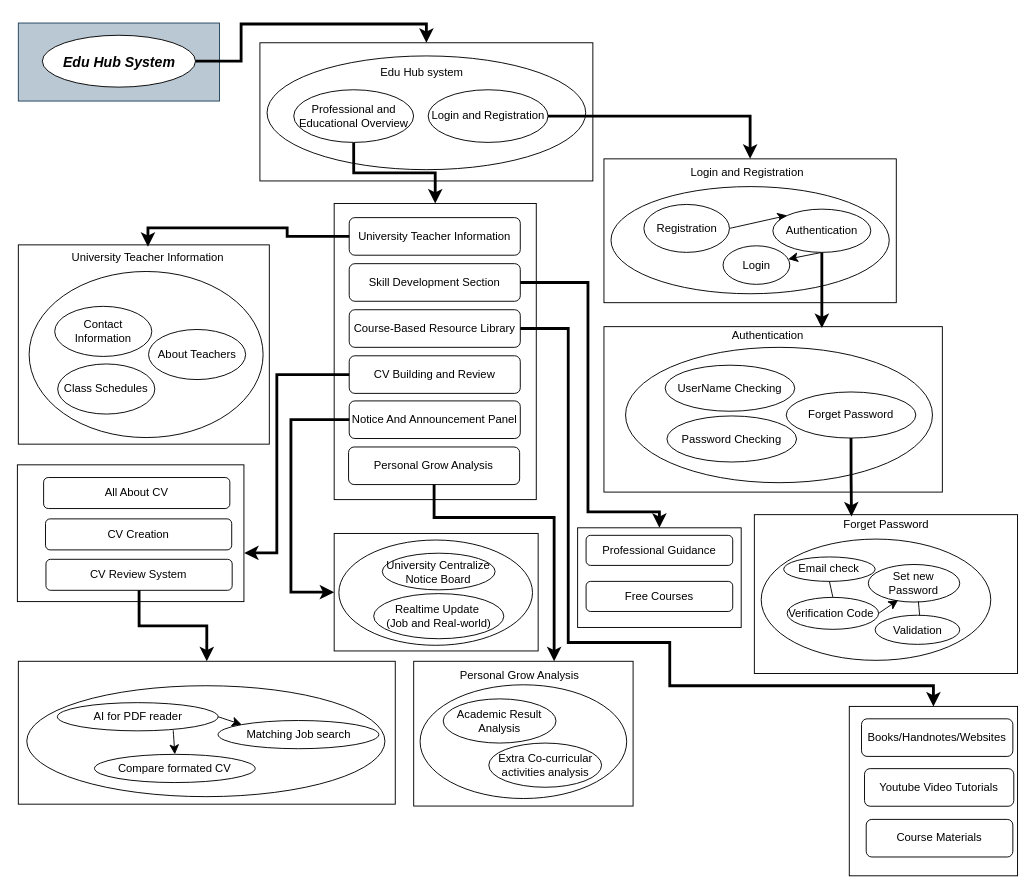
Before: Untitled Diagram.drawio in msahid-cse/Low-level-design, a draw.io diagram. Source tidied: cells renumbered, new cells numbered last; positions are measured from the earlier drawing's top-left corner, leaving out a move shared by most shapes. Both pictures are drawn from the tidied source at 94%, with x=0, y=0 at pixel (17, 23).
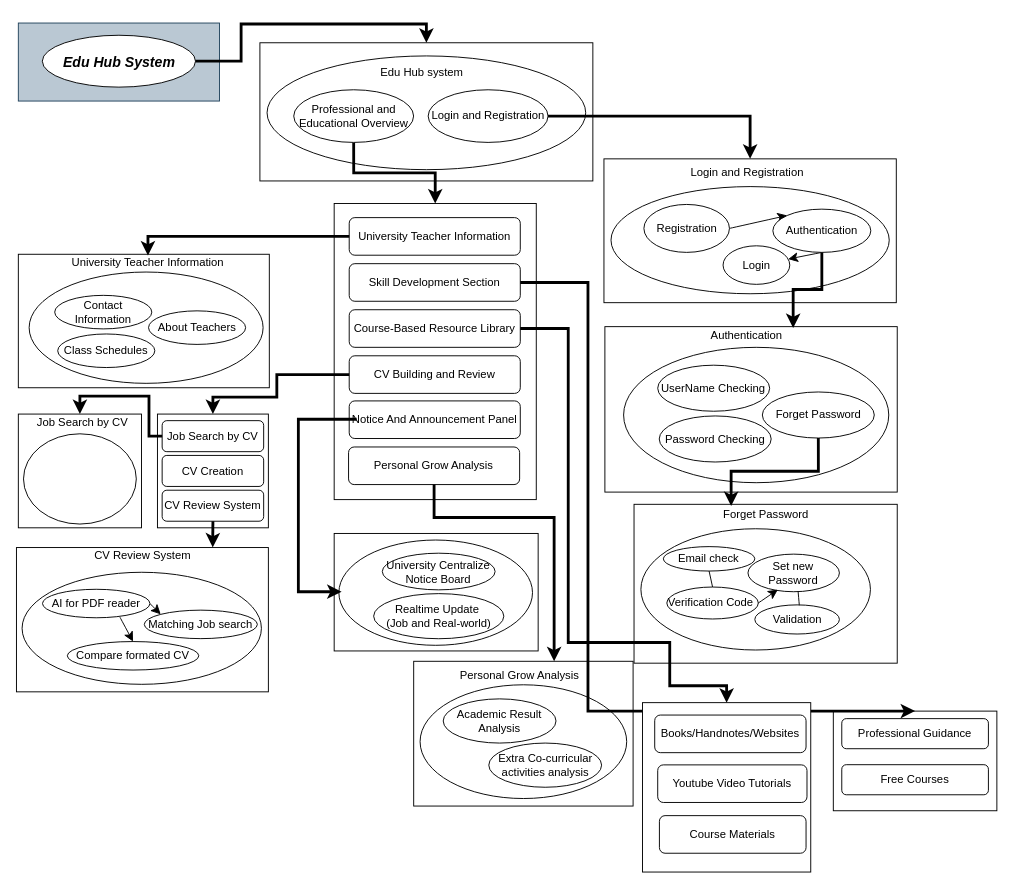
The same page after the edit.

The change refers to these unchanged cells:
```xml
<mxCell id="2" style="rounded=0;whiteSpace=wrap;html=1;" parent="1" vertex="1">
  <mxGeometry x="337" y="543" width="217" height="125" as="geometry" />
</mxCell>
<mxCell id="40" value="University Teacher Information" style="rounded=1;whiteSpace=wrap;html=1;" parent="38" vertex="1">
  <mxGeometry x="16" y="15" width="182" height="40" as="geometry" />
</mxCell>
<mxCell id="41" value="Skill Development Section" style="rounded=1;whiteSpace=wrap;html=1;" parent="38" vertex="1">
  <mxGeometry x="16" y="64" width="182" height="40" as="geometry" />
</mxCell>
<mxCell id="43" value="CV Building and Review" style="rounded=1;whiteSpace=wrap;html=1;" parent="38" vertex="1">
  <mxGeometry x="16" y="162" width="182" height="40" as="geometry" />
</mxCell>
<mxCell id="44" value="Notice And Announcement Panel" style="rounded=1;whiteSpace=wrap;html=1;" parent="38" vertex="1">
  <mxGeometry x="16" y="210" width="182" height="40" as="geometry" />
</mxCell>
<mxCell id="56" style="rounded=0;whiteSpace=wrap;html=1;" parent="55" vertex="1">
  <mxGeometry width="174" height="106" as="geometry" />
</mxCell>
```

The edit, as a diff of the source:
```diff
@@
     <mxCell id="4" style="group;" parent="1" vertex="1">
-      <mxGeometry x="1" y="236" width="267" height="212" as="geometry" />
+      <mxGeometry x="1" y="246" width="267" height="142" as="geometry" />
     </mxCell>
     <mxCell id="5" style="rounded=0;whiteSpace=wrap;html=1;" parent="4" vertex="1">
-      <mxGeometry width="267" height="212" as="geometry" />
+      <mxGeometry width="267" height="142" as="geometry" />
     </mxCell>
     <mxCell id="6" style="group;" parent="4" vertex="1">
-      <mxGeometry x="11.5" y="2" width="248.9" height="203" as="geometry" />
+      <mxGeometry x="11.5" y="1.3" width="248.9" height="135.9" as="geometry" />
     </mxCell>
     <mxCell id="7" style="ellipse;whiteSpace=wrap;html=1;" parent="6" vertex="1">
-      <mxGeometry y="26.3" width="248.9" height="176.7" as="geometry" />
+      <mxGeometry y="17.6" width="248.9" height="118.4" as="geometry" />
     </mxCell>
     <mxCell id="8" value="University Teacher Information" style="text;html=1;align=center;verticalAlign=middle;whiteSpace=wrap;rounded=0;" parent="6" vertex="1">
-      <mxGeometry x="38.2" width="176.4" height="24.2" as="geometry" />
+      <mxGeometry x="38.2" width="176.4" height="16.2" as="geometry" />
     </mxCell>
     <mxCell id="9" value="Contact Information" style="ellipse;whiteSpace=wrap;html=1;" parent="6" vertex="1">
-      <mxGeometry x="27.2" y="63.4" width="103.3" height="53.3" as="geometry" />
+      <mxGeometry x="27.2" y="42.4" width="103.3" height="35.7" as="geometry" />
     </mxCell>
     <mxCell id="10" value="About Teachers" style="ellipse;whiteSpace=wrap;html=1;" parent="6" vertex="1">
-      <mxGeometry x="127" y="88" width="103.3" height="53.3" as="geometry" />
+      <mxGeometry x="127" y="58.9" width="103.3" height="35.7" as="geometry" />
     </mxCell>
     <mxCell id="11" value="Class Schedules" style="ellipse;whiteSpace=wrap;html=1;" parent="6" vertex="1">
-      <mxGeometry x="30.4" y="124.7" width="103.3" height="53.3" as="geometry" />
+      <mxGeometry x="30.4" y="83.5" width="103.3" height="35.7" as="geometry" />
     </mxCell>
     <mxCell id="12" style="group;" parent="1" vertex="1">
-      <mxGeometry x="624" y="318" width="360" height="181" as="geometry" />
+      <mxGeometry x="625" y="318" width="311" height="181" as="geometry" />
     </mxCell>
     <mxCell id="13" style="whiteSpace=wrap;html=1;" parent="12" vertex="1">
-      <mxGeometry y="5" width="360" height="176" as="geometry" />
+      <mxGeometry y="5" width="311" height="176" as="geometry" />
     </mxCell>
     <mxCell id="14" style="ellipse;whiteSpace=wrap;html=1;" parent="12" vertex="1">
-      <mxGeometry x="23" y="27" width="326.5" height="144" as="geometry" />
+      <mxGeometry x="19.9" y="27" width="282.1" height="144" as="geometry" />
     </mxCell>
     <mxCell id="15" value="UserName Checking" style="ellipse;whiteSpace=wrap;html=1;" parent="12" vertex="1">
-      <mxGeometry x="65.1" y="46" width="137.9" height="49" as="geometry" />
+      <mxGeometry x="56.2" y="46" width="119.1" height="49" as="geometry" />
     </mxCell>
     <mxCell id="16" value="Password Checking" style="ellipse;whiteSpace=wrap;html=1;" parent="12" vertex="1">
-      <mxGeometry x="67" y="100" width="137.9" height="49" as="geometry" />
+      <mxGeometry x="57.8" y="100" width="119.1" height="49" as="geometry" />
     </mxCell>
     <mxCell id="17" value="Forget Password" style="ellipse;whiteSpace=wrap;html=1;" parent="12" vertex="1">
-      <mxGeometry x="193.9" y="74.5" width="137.9" height="49" as="geometry" />
+      <mxGeometry x="167.5" y="74.5" width="119.1" height="49" as="geometry" />
     </mxCell>
     <mxCell id="18" value="Authentication" style="text;html=1;align=center;verticalAlign=middle;whiteSpace=wrap;rounded=0;" parent="12" vertex="1">
-      <mxGeometry x="127.3" width="94.8" height="30" as="geometry" />
+      <mxGeometry x="110" width="81.9" height="30" as="geometry" />
     </mxCell>
     <mxCell id="19" style="group;" parent="1" vertex="1">
-      <mxGeometry x="784" y="519" width="280" height="173" as="geometry" />
+      <mxGeometry x="656" y="508" width="280" height="173" as="geometry" />
     </mxCell>
@@
     <mxCell id="46" style="edgeStyle=orthogonalEdgeStyle;rounded=0;jettySize=auto;html=1;entryX=0.5;entryY=0;entryDx=0;entryDy=0;strokeWidth=3;" parent="1" edge="1" source="40" target="8">
       <mxGeometry relative="1" as="geometry">
         <Array as="points">
-          <mxPoint x="287" y="227" />
-          <mxPoint x="287" y="218" />
-          <mxPoint x="139" y="218" />
+          <mxPoint x="139" y="227" />
         </Array>
       </mxGeometry>
     </mxCell>
@@
     <mxCell id="55" style="group;" parent="1" vertex="1">
-      <mxGeometry x="596" y="537" width="174" height="106" as="geometry" />
+      <mxGeometry x="868" y="732" width="174" height="106" as="geometry" />
     </mxCell>
@@
     <mxCell id="60" style="group;" parent="1" vertex="1">
-      <mxGeometry x="1" y="679" width="401" height="152" as="geometry" />
+      <mxGeometry x="-1" y="558" width="268" height="153.5" as="geometry" />
     </mxCell>
     <mxCell id="61" style="rounded=0;whiteSpace=wrap;html=1;" parent="60" vertex="1">
-      <mxGeometry width="401" height="152" as="geometry" />
+      <mxGeometry width="268" height="153.5" as="geometry" />
     </mxCell>
     <mxCell id="62" style="ellipse;whiteSpace=wrap;html=1;" parent="60" vertex="1">
-      <mxGeometry x="9" y="26" width="381" height="118" as="geometry" />
+      <mxGeometry x="6" y="26.3" width="254.6" height="119.2" as="geometry" />
     </mxCell>
@@
     <mxCell id="65" value="AI for PDF reader" style="ellipse;whiteSpace=wrap;html=1;" parent="60" vertex="1">
-      <mxGeometry x="41.5" y="44" width="171" height="30" as="geometry" />
+      <mxGeometry x="27.7" y="44.4" width="114.3" height="30.3" as="geometry" />
     </mxCell>
     <mxCell id="66" value="Compare formated CV" style="ellipse;whiteSpace=wrap;html=1;" parent="60" vertex="1">
-      <mxGeometry x="81" y="99" width="171" height="30" as="geometry" />
+      <mxGeometry x="54.1" y="100" width="139.9" height="30.3" as="geometry" />
     </mxCell>
     <mxCell id="67" value="Matching Job search" style="ellipse;whiteSpace=wrap;html=1;" parent="60" vertex="1">
-      <mxGeometry x="212.5" y="63" width="171" height="30" as="geometry" />
+      <mxGeometry x="136" y="66.6" width="120.3" height="30.3" as="geometry" />
     </mxCell>
+    <mxCell id="95" value="CV Review System" style="text;html=1;align=center;verticalAlign=middle;strokeColor=none;fillColor=none;" parent="60" vertex="1">
+      <mxGeometry x="73.5" y="-3.9" width="121" height="26" as="geometry" />
+    </mxCell>
     <mxCell id="68" style="group;" parent="1" vertex="1">
-      <mxGeometry y="470" width="241" height="145.5" as="geometry" />
+      <mxGeometry x="150" y="467" width="241" height="145.5" as="geometry" />
     </mxCell>
+    <mxCell id="96" style="group;" parent="68" vertex="1">
+      <mxGeometry x="-1" y="-50" width="118" height="121" as="geometry" />
+    </mxCell>
-    <mxCell id="69" style="rounded=0;whiteSpace=wrap;html=1;" parent="68" vertex="1">
-      <mxGeometry width="241" height="145.5" as="geometry" />
+    <mxCell id="69" style="rounded=0;whiteSpace=wrap;html=1;" parent="96" vertex="1">
+      <mxGeometry y="-1" width="118" height="121" as="geometry" />
     </mxCell>
-    <mxCell id="70" value="All About CV" style="rounded=1;whiteSpace=wrap;html=1;" parent="68" vertex="1">
-      <mxGeometry x="27.9" y="13.5" width="198.1" height="33" as="geometry" />
+    <mxCell id="70" value="Job Search by CV" style="rounded=1;whiteSpace=wrap;html=1;" parent="96" vertex="1">
+      <mxGeometry x="5" y="6" width="108" height="33" as="geometry" />
     </mxCell>
-    <mxCell id="71" value="CV Creation" style="rounded=1;whiteSpace=wrap;html=1;" parent="68" vertex="1">
-      <mxGeometry x="29.9" y="57.5" width="198.1" height="33" as="geometry" />
+    <mxCell id="71" value="CV Creation" style="rounded=1;whiteSpace=wrap;html=1;" parent="96" vertex="1">
+      <mxGeometry x="5" y="43" width="108" height="33" as="geometry" />
     </mxCell>
-    <mxCell id="72" value="CV Review System" style="rounded=1;whiteSpace=wrap;html=1;" parent="68" vertex="1">
-      <mxGeometry x="30.4" y="100.5" width="198.1" height="33" as="geometry" />
+    <mxCell id="72" value="CV Review System" style="rounded=1;whiteSpace=wrap;html=1;" parent="96" vertex="1">
+      <mxGeometry x="5" y="80" width="108" height="33" as="geometry" />
     </mxCell>
-    <mxCell id="73" style="edgeStyle=orthogonalEdgeStyle;rounded=0;jettySize=auto;html=1;exitX=0.5;exitY=1;exitDx=0;exitDy=0;entryX=0.5;entryY=0;entryDx=0;entryDy=0;strokeWidth=3;" parent="1" edge="1" source="72" target="61">
-      <mxGeometry relative="1" as="geometry" />
-    </mxCell>
+    <mxCell id="76" style="edgeStyle=orthogonalEdgeStyle;rounded=0;orthogonalLoop=1;jettySize=auto;html=1;entryX=0;entryY=0.5;entryDx=0;entryDy=0;exitX=0;exitY=0.5;exitDx=0;exitDy=0;strokeWidth=3;" parent="68" edge="1">
+      <mxGeometry relative="1" as="geometry">
+        <mxPoint x="210.9" y="-45.5" as="sourcePoint" />
+        <mxPoint x="194.9" y="138" as="targetPoint" />
+        <Array as="points">
+          <mxPoint x="148.9" y="-45.5" />
+          <mxPoint x="148.9" y="138.5" />
+        </Array>
+      </mxGeometry>
+    </mxCell>
@@
-    <mxCell id="76" style="edgeStyle=orthogonalEdgeStyle;rounded=0;jettySize=auto;html=1;entryX=0;entryY=0.5;entryDx=0;entryDy=0;exitX=0;exitY=0.5;exitDx=0;exitDy=0;strokeWidth=3;" parent="1" edge="1" source="44" target="2">
-      <mxGeometry relative="1" as="geometry">
-        <Array as="points">
-          <mxPoint x="291" y="422" />
-          <mxPoint x="291" y="606" />
-        </Array>
-      </mxGeometry>
-    </mxCell>
-    <mxCell id="77" style="edgeStyle=orthogonalEdgeStyle;rounded=0;jettySize=auto;html=1;entryX=1.001;entryY=0.644;entryDx=0;entryDy=0;entryPerimeter=0;strokeWidth=3;" parent="1" edge="1" source="43" target="69">
-      <mxGeometry relative="1" as="geometry">
-        <Array as="points">
-          <mxPoint x="276" y="374" />
-          <mxPoint x="276" y="564" />
-        </Array>
-      </mxGeometry>
-    </mxCell>
@@
     <mxCell id="84" style="edgeStyle=orthogonalEdgeStyle;rounded=0;jettySize=auto;html=1;exitX=1;exitY=0.5;exitDx=0;exitDy=0;entryX=0.5;entryY=0;entryDx=0;entryDy=0;strokeWidth=3;" parent="1" edge="1" source="41" target="56">
       <mxGeometry relative="1" as="geometry">
         <Array as="points">
           <mxPoint x="607" y="276" />
-          <mxPoint x="607" y="520" />
-          <mxPoint x="683" y="520" />
+          <mxPoint x="607" y="732" />
         </Array>
       </mxGeometry>
     </mxCell>
-    <mxCell id="85" style="rounded=0;whiteSpace=wrap;html=1;" parent="1" vertex="1">
-      <mxGeometry x="885" y="727" width="179" height="180.2" as="geometry" />
-    </mxCell>
-    <mxCell id="86" value="Books/Handnotes/Websites" style="rounded=1;whiteSpace=wrap;html=1;" parent="1" vertex="1">
-      <mxGeometry x="898" y="740.2" width="161" height="40" as="geometry" />
-    </mxCell>
-    <mxCell id="87" value="Youtube Video Tutorials" style="rounded=1;whiteSpace=wrap;html=1;" parent="1" vertex="1">
-      <mxGeometry x="901.2" y="793.2" width="158.8" height="40" as="geometry" />
-    </mxCell>
-    <mxCell id="88" value="Course Materials" style="rounded=1;whiteSpace=wrap;html=1;" parent="1" vertex="1">
-      <mxGeometry x="903" y="847.2" width="156" height="40" as="geometry" />
-    </mxCell>
@@
+    <mxCell id="97" style="group;" parent="1" vertex="1">
+      <mxGeometry x="665" y="723" width="179" height="180.2" as="geometry" />
+    </mxCell>
+    <mxCell id="85" style="rounded=0;whiteSpace=wrap;html=1;" parent="97" vertex="1">
+      <mxGeometry width="179" height="180.2" as="geometry" />
+    </mxCell>
+    <mxCell id="86" value="Books/Handnotes/Websites" style="rounded=1;whiteSpace=wrap;html=1;" parent="97" vertex="1">
+      <mxGeometry x="13" y="13.2" width="161" height="40" as="geometry" />
+    </mxCell>
+    <mxCell id="87" value="Youtube Video Tutorials" style="rounded=1;whiteSpace=wrap;html=1;" parent="97" vertex="1">
+      <mxGeometry x="16.2" y="66.2" width="158.8" height="40" as="geometry" />
+    </mxCell>
+    <mxCell id="88" value="Course Materials" style="rounded=1;whiteSpace=wrap;html=1;" parent="97" vertex="1">
+      <mxGeometry x="18" y="120.2" width="156" height="40" as="geometry" />
+    </mxCell>
+    <mxCell id="77" style="edgeStyle=orthogonalEdgeStyle;rounded=0;jettySize=auto;html=1;exitX=0;exitY=0.5;exitDx=0;exitDy=0;entryX=0.5;entryY=0;entryDx=0;entryDy=0;strokeWidth=3;" parent="1" edge="1" source="43" target="69">
+      <mxGeometry relative="1" as="geometry">
+        <Array as="points">
+          <mxPoint x="276" y="374" />
+          <mxPoint x="276" y="398" />
+          <mxPoint x="208" y="398" />
+        </Array>
+      </mxGeometry>
+    </mxCell>
+    <mxCell id="73" style="edgeStyle=orthogonalEdgeStyle;rounded=0;jettySize=auto;html=1;exitX=0.5;exitY=1;exitDx=0;exitDy=0;entryX=0.779;entryY=-0.001;entryDx=0;entryDy=0;entryPerimeter=0;strokeWidth=3;" parent="1" edge="1" source="72" target="61">
+      <mxGeometry relative="1" as="geometry" />
+    </mxCell>
+    <mxCell id="98" style="rounded=0;whiteSpace=wrap;html=1;" parent="1" vertex="1">
+      <mxGeometry x="1" y="416" width="131" height="121" as="geometry" />
+    </mxCell>
+    <mxCell id="99" style="ellipse;whiteSpace=wrap;html=1;" parent="1" vertex="1">
+      <mxGeometry x="6.5" y="437" width="120" height="96" as="geometry" />
+    </mxCell>
+    <mxCell id="100" value="Job Search by CV" style="text;html=1;align=center;verticalAlign=middle;strokeColor=none;fillColor=none;" parent="1" vertex="1">
+      <mxGeometry x="11.5" y="412" width="115" height="26" as="geometry" />
+    </mxCell>
+    <mxCell id="101" style="edgeStyle=orthogonalEdgeStyle;rounded=0;jettySize=auto;html=1;exitX=0;exitY=0.5;exitDx=0;exitDy=0;entryX=0.5;entryY=0;entryDx=0;entryDy=0;strokeWidth=3;" parent="1" edge="1" source="70" target="98">
+      <mxGeometry relative="1" as="geometry">
+        <Array as="points">
+          <mxPoint x="140" y="440" />
+          <mxPoint x="140" y="397" />
+          <mxPoint x="67" y="397" />
+        </Array>
+      </mxGeometry>
+    </mxCell>
```
